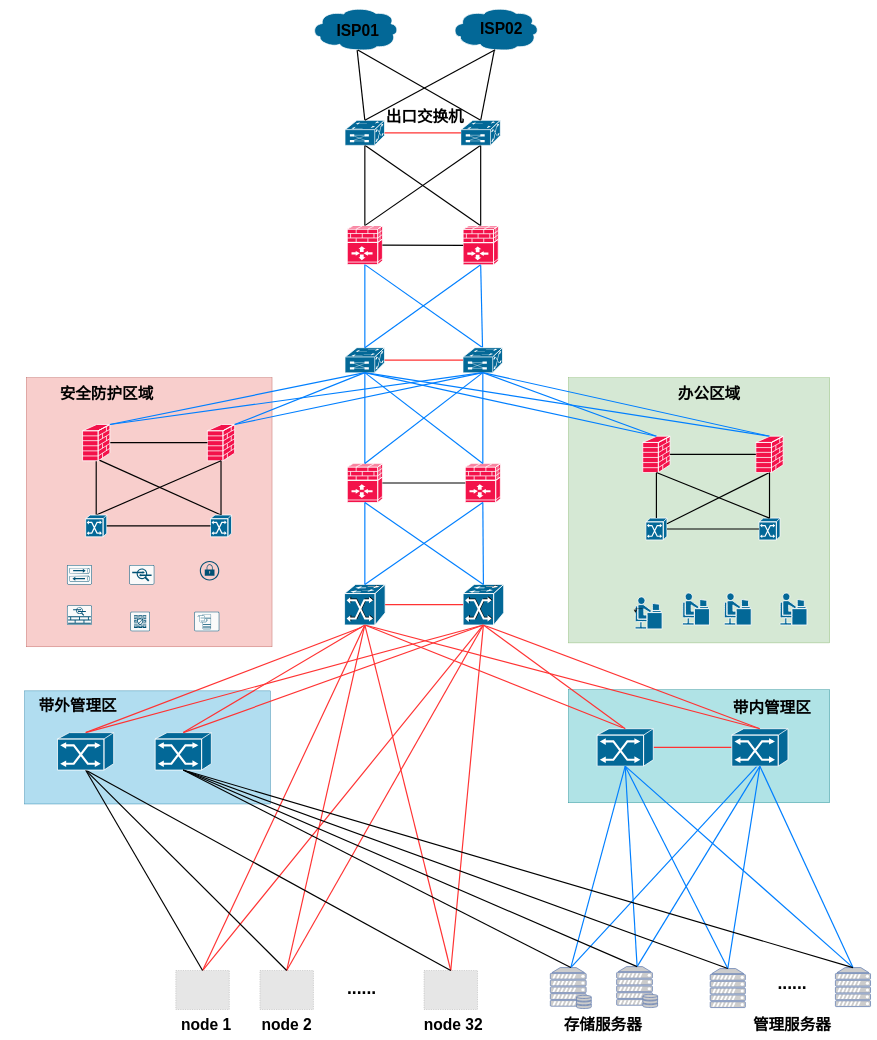
This is 数据中心组网-32nodes-整体组网.drawio from hel-2000/network-draw, a draw.io file, before an edit. Source tidied: cells renumbered, new cells numbered last; positions are measured from the earlier drawing's top-left corner, leaving out a move shared by most shapes. Both pictures are drawn from the tidied source at 39%, with x=0, y=0 at pixel (7, 7). Pictures stored in the file or linked from it are replaced by grey dashed boxes.
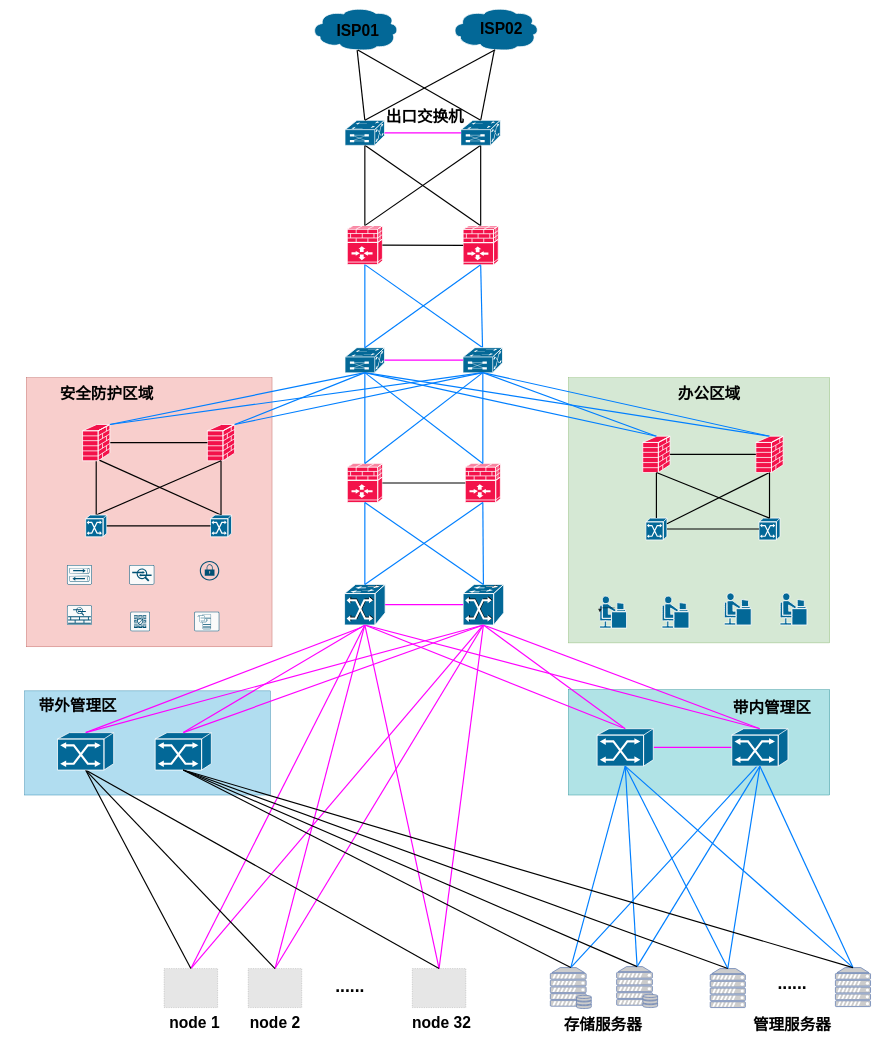
The same page after the edit.

Commit message:
更新数据中心组网-32nodes-整体组网.drawio

Unchanged cells that the change refers to:
```xml
<mxCell id="11" style="shape=mxgraph.cisco.switches.atm_fast_gigabit_etherswitch;sketch=0;html=1;dashed=0;fillColor=#036897;strokeColor=#ffffff;strokeWidth=2;verticalLabelPosition=bottom;verticalAlign=top;align=center;outlineConnect=0;" parent="1" vertex="1">
  <mxGeometry x="866" y="1480" width="104" height="104" as="geometry" />
</mxCell>
<mxCell id="21" style="shape=mxgraph.cisco.switches.atm_switch;sketch=0;html=1;dashed=0;fillColor=#036897;strokeColor=#ffffff;strokeWidth=2;verticalLabelPosition=bottom;verticalAlign=top;align=center;outlineConnect=0;" parent="1" vertex="1">
  <mxGeometry x="1513.6" y="1850" width="144" height="96" as="geometry" />
</mxCell>
<mxCell id="45" style="shape=mxgraph.cisco.switches.multiswitch_device;sketch=0;html=1;dashed=0;fillColor=#036897;strokeColor=#ffffff;strokeWidth=2;verticalLabelPosition=bottom;verticalAlign=top;align=center;outlineConnect=0;" parent="1" vertex="1">
  <mxGeometry x="867.5" y="873" width="101" height="64" as="geometry" />
</mxCell>
<mxCell id="47" style="shape=mxgraph.cisco.switches.multiswitch_device;sketch=0;html=1;dashed=0;fillColor=#036897;strokeColor=#ffffff;strokeWidth=2;verticalLabelPosition=bottom;verticalAlign=top;align=center;outlineConnect=0;" parent="1" vertex="1">
  <mxGeometry x="1170" y="873" width="101" height="64" as="geometry" />
</mxCell>
<mxCell id="59" style="shape=mxgraph.cisco.switches.atm_fast_gigabit_etherswitch;sketch=0;html=1;dashed=0;fillColor=#036897;strokeColor=#ffffff;strokeWidth=2;verticalLabelPosition=bottom;verticalAlign=top;align=center;outlineConnect=0;" parent="1" vertex="1">
  <mxGeometry x="1170" y="1480" width="104" height="104" as="geometry" />
</mxCell>
<mxCell id="60" style="shape=mxgraph.cisco.switches.atm_switch;sketch=0;html=1;dashed=0;fillColor=#036897;strokeColor=#ffffff;strokeWidth=2;verticalLabelPosition=bottom;verticalAlign=top;align=center;outlineConnect=0;" parent="1" vertex="1">
  <mxGeometry x="1858.9" y="1850" width="144" height="96" as="geometry" />
</mxCell>
<mxCell id="108" style="shape=mxgraph.cisco.switches.atm_switch;sketch=0;html=1;dashed=0;fillColor=#036897;strokeColor=#ffffff;strokeWidth=2;verticalLabelPosition=bottom;verticalAlign=top;align=center;outlineConnect=0;" parent="1" vertex="1">
  <mxGeometry x="130" y="1860" width="144" height="96" as="geometry" />
</mxCell>
<mxCell id="110" style="shape=mxgraph.cisco.switches.atm_switch;sketch=0;html=1;dashed=0;fillColor=#036897;strokeColor=#ffffff;strokeWidth=2;verticalLabelPosition=bottom;verticalAlign=top;align=center;outlineConnect=0;" parent="1" vertex="1">
  <mxGeometry x="380.4" y="1860" width="144" height="96" as="geometry" />
</mxCell>
<mxCell id="123" style="shape=mxgraph.cisco.switches.multiswitch_device;sketch=0;html=1;dashed=0;fillColor=#036897;strokeColor=#ffffff;strokeWidth=2;verticalLabelPosition=bottom;verticalAlign=top;align=center;outlineConnect=0;" parent="1" vertex="1">
  <mxGeometry x="867.5" y="290" width="101" height="64" as="geometry" />
</mxCell>
<mxCell id="125" style="shape=mxgraph.cisco.switches.multiswitch_device;sketch=0;html=1;dashed=0;fillColor=#036897;strokeColor=#ffffff;strokeWidth=2;verticalLabelPosition=bottom;verticalAlign=top;align=center;outlineConnect=0;" parent="1" vertex="1">
  <mxGeometry x="1164.5" y="290" width="101" height="64" as="geometry" />
</mxCell>
```

The edit, as a diff of the source:
```diff
@@
     <mxCell id="2" style="rounded=0;whiteSpace=wrap;html=1;fillColor=#b0e3e6;strokeColor=#0e8088;" parent="1" vertex="1">
-      <mxGeometry x="1440" y="1750" width="670" height="290" as="geometry" />
+      <mxGeometry x="1440" y="1750" width="670" height="270" as="geometry" />
     </mxCell>
     <mxCell id="3" style="rounded=0;whiteSpace=wrap;html=1;fillColor=#b1ddf0;strokeColor=#10739e;" parent="1" vertex="1">
-      <mxGeometry x="45.8" y="1753" width="630" height="290" as="geometry" />
+      <mxGeometry x="45.8" y="1753" width="630" height="267" as="geometry" />
     </mxCell>
@@
-    <mxCell id="7" style="rounded=0;jettySize=auto;html=1;exitX=0.5;exitY=1;exitDx=0;exitDy=0;exitPerimeter=0;entryX=0.5;entryY=0;entryDx=0;entryDy=0;entryPerimeter=0;endArrow=none;strokeColor=#FF3333;strokeWidth=3;endFill=0;" parent="1" edge="1" source="11" target="21">
+    <mxCell id="7" style="rounded=0;jettySize=auto;html=1;exitX=0.5;exitY=1;exitDx=0;exitDy=0;exitPerimeter=0;entryX=0.5;entryY=0;entryDx=0;entryDy=0;entryPerimeter=0;endArrow=none;strokeColor=#FF00FF;strokeWidth=3;endFill=0;" parent="1" edge="1" source="11" target="21">
       <mxGeometry relative="1" as="geometry" />
     </mxCell>
-    <mxCell id="8" style="rounded=0;jettySize=auto;html=1;exitX=0.5;exitY=1;exitDx=0;exitDy=0;exitPerimeter=0;entryX=0.5;entryY=0;entryDx=0;entryDy=0;strokeColor=#FF3333;strokeWidth=3;endArrow=none;endFill=0;" parent="1" edge="1" source="11" target="89">
+    <mxCell id="8" style="rounded=0;jettySize=auto;html=1;exitX=0.5;exitY=1;exitDx=0;exitDy=0;exitPerimeter=0;entryX=0.5;entryY=0;entryDx=0;entryDy=0;strokeColor=#FF00FF;strokeWidth=3;endArrow=none;endFill=0;" parent="1" edge="1" source="11" target="89">
       <mxGeometry relative="1" as="geometry" />
     </mxCell>
-    <mxCell id="9" style="rounded=0;jettySize=auto;html=1;exitX=0.5;exitY=1;exitDx=0;exitDy=0;exitPerimeter=0;entryX=0.5;entryY=0;entryDx=0;entryDy=0;endArrow=none;strokeColor=#FF3333;strokeWidth=3;endFill=0;" parent="1" edge="1" source="11" target="22">
+    <mxCell id="9" style="rounded=0;jettySize=auto;html=1;exitX=0.5;exitY=1;exitDx=0;exitDy=0;exitPerimeter=0;entryX=0.5;entryY=0;entryDx=0;entryDy=0;endArrow=none;strokeColor=#FF00FF;strokeWidth=3;endFill=0;" parent="1" edge="1" source="11" target="22">
       <mxGeometry relative="1" as="geometry" />
     </mxCell>
-    <mxCell id="10" style="rounded=0;jettySize=auto;html=1;exitX=0.5;exitY=1;exitDx=0;exitDy=0;exitPerimeter=0;entryX=0.5;entryY=0;entryDx=0;entryDy=0;endArrow=none;strokeColor=#FF3333;strokeWidth=3;endFill=0;" parent="1" edge="1" source="11" target="42">
+    <mxCell id="10" style="rounded=0;jettySize=auto;html=1;exitX=0.5;exitY=1;exitDx=0;exitDy=0;exitPerimeter=0;entryX=0.5;entryY=0;entryDx=0;entryDy=0;endArrow=none;strokeColor=#FF00FF;strokeWidth=3;endFill=0;" parent="1" edge="1" source="11" target="42">
       <mxGeometry relative="1" as="geometry" />
     </mxCell>
@@
-    <mxCell id="20" style="edgeStyle=orthogonalEdgeStyle;rounded=0;jettySize=auto;html=1;exitX=1;exitY=0.5;exitDx=0;exitDy=0;exitPerimeter=0;endArrow=none;strokeColor=#FF3333;strokeWidth=3;endFill=0;" parent="1" edge="1" source="21" target="60">
+    <mxCell id="20" style="edgeStyle=orthogonalEdgeStyle;rounded=0;jettySize=auto;html=1;exitX=1;exitY=0.5;exitDx=0;exitDy=0;exitPerimeter=0;endArrow=none;strokeColor=#FF00FF;strokeWidth=3;endFill=0;" parent="1" edge="1" source="21" target="60">
       <mxGeometry relative="1" as="geometry" />
     </mxCell>
@@
     <mxCell id="22" style="fillColor=#E6E6E6;strokeColor=#999999;dashed=1;verticalLabelPosition=bottom;verticalAlign=top;" parent="1" vertex="1">
-      <mxGeometry x="649" y="2470" width="137.2" height="100" as="geometry" />
+      <mxGeometry x="619" y="2465" width="137.2" height="100" as="geometry" />
     </mxCell>
@@
     <mxCell id="28" style="shape=mxgraph.cisco.people.androgenous_person;sketch=0;html=1;dashed=0;fillColor=#036897;strokeColor=#ffffff;strokeWidth=2;verticalLabelPosition=bottom;verticalAlign=top;align=center;" parent="1" vertex="1">
-      <mxGeometry x="1732.6" y="1502" width="69" height="82" as="geometry" />
+      <mxGeometry x="1680" y="1510" width="69" height="82" as="geometry" />
     </mxCell>
@@
     <mxCell id="42" style="fillColor=#E6E6E6;strokeColor=#999999;dashed=1;verticalLabelPosition=bottom;verticalAlign=top;" parent="1" vertex="1">
-      <mxGeometry x="1069.7" y="2470" width="137.2" height="100" as="geometry" />
+      <mxGeometry x="1039.7" y="2465" width="137.2" height="100" as="geometry" />
     </mxCell>
@@
-    <mxCell id="55" style="rounded=0;jettySize=auto;html=1;exitX=0.5;exitY=1;exitDx=0;exitDy=0;exitPerimeter=0;entryX=0.5;entryY=0;entryDx=0;entryDy=0;entryPerimeter=0;endArrow=none;strokeColor=#FF3333;strokeWidth=3;endFill=0;" parent="1" edge="1" source="59" target="60">
+    <mxCell id="55" style="rounded=0;jettySize=auto;html=1;exitX=0.5;exitY=1;exitDx=0;exitDy=0;exitPerimeter=0;entryX=0.5;entryY=0;entryDx=0;entryDy=0;entryPerimeter=0;endArrow=none;strokeColor=#FF00FF;strokeWidth=3;endFill=0;" parent="1" edge="1" source="59" target="60">
       <mxGeometry relative="1" as="geometry" />
     </mxCell>
-    <mxCell id="56" style="rounded=0;jettySize=auto;html=1;exitX=0.5;exitY=1;exitDx=0;exitDy=0;exitPerimeter=0;entryX=0.5;entryY=0;entryDx=0;entryDy=0;endArrow=none;strokeColor=#FF3333;strokeWidth=3;endFill=0;" parent="1" edge="1" source="59" target="89">
+    <mxCell id="56" style="rounded=0;jettySize=auto;html=1;exitX=0.5;exitY=1;exitDx=0;exitDy=0;exitPerimeter=0;entryX=0.5;entryY=0;entryDx=0;entryDy=0;endArrow=none;strokeColor=#FF00FF;strokeWidth=3;endFill=0;" parent="1" edge="1" source="59" target="89">
       <mxGeometry relative="1" as="geometry" />
     </mxCell>
-    <mxCell id="57" style="rounded=0;jettySize=auto;html=1;exitX=0.5;exitY=1;exitDx=0;exitDy=0;exitPerimeter=0;entryX=0.5;entryY=0;entryDx=0;entryDy=0;endArrow=none;strokeColor=#FF3333;strokeWidth=3;endFill=0;" parent="1" edge="1" source="59" target="22">
+    <mxCell id="57" style="rounded=0;jettySize=auto;html=1;exitX=0.5;exitY=1;exitDx=0;exitDy=0;exitPerimeter=0;entryX=0.5;entryY=0;entryDx=0;entryDy=0;endArrow=none;strokeColor=#FF00FF;strokeWidth=3;endFill=0;" parent="1" edge="1" source="59" target="22">
       <mxGeometry relative="1" as="geometry" />
     </mxCell>
-    <mxCell id="58" style="rounded=0;jettySize=auto;html=1;exitX=0.5;exitY=1;exitDx=0;exitDy=0;exitPerimeter=0;entryX=0.5;entryY=0;entryDx=0;entryDy=0;endArrow=none;strokeColor=#FF3333;strokeWidth=3;endFill=0;" parent="1" edge="1" source="59" target="42">
+    <mxCell id="58" style="rounded=0;jettySize=auto;html=1;exitX=0.5;exitY=1;exitDx=0;exitDy=0;exitPerimeter=0;entryX=0.5;entryY=0;entryDx=0;entryDy=0;endArrow=none;strokeColor=#FF00FF;strokeWidth=3;endFill=0;" parent="1" edge="1" source="59" target="42">
       <mxGeometry relative="1" as="geometry" />
     </mxCell>
@@
-    <mxCell id="64" style="rounded=0;jettySize=auto;html=1;exitX=1;exitY=0.5;exitDx=0;exitDy=0;exitPerimeter=0;entryX=0;entryY=0.5;entryDx=0;entryDy=0;entryPerimeter=0;endArrow=none;strokeColor=#FF3333;strokeWidth=3;endFill=0;" parent="1" edge="1" source="45" target="47">
+    <mxCell id="64" style="rounded=0;jettySize=auto;html=1;exitX=1;exitY=0.5;exitDx=0;exitDy=0;exitPerimeter=0;entryX=0;entryY=0.5;entryDx=0;entryDy=0;entryPerimeter=0;endArrow=none;strokeColor=#FF00FF;strokeWidth=3;endFill=0;" parent="1" edge="1" source="45" target="47">
       <mxGeometry relative="1" as="geometry" />
     </mxCell>
@@
-    <mxCell id="75" style="rounded=0;jettySize=auto;html=1;exitX=1;exitY=0.5;exitDx=0;exitDy=0;exitPerimeter=0;entryX=0;entryY=0.5;entryDx=0;entryDy=0;entryPerimeter=0;endArrow=none;strokeColor=#FF3333;strokeWidth=3;endFill=0;" parent="1" edge="1" source="11" target="59">
+    <mxCell id="75" style="rounded=0;jettySize=auto;html=1;exitX=1;exitY=0.5;exitDx=0;exitDy=0;exitPerimeter=0;entryX=0;entryY=0.5;entryDx=0;entryDy=0;entryPerimeter=0;endArrow=none;strokeColor=#FF00FF;strokeWidth=3;endFill=0;" parent="1" edge="1" source="11" target="59">
       <mxGeometry relative="1" as="geometry" />
     </mxCell>
@@
     <mxCell id="89" style="fillColor=#E6E6E6;strokeColor=#999999;dashed=1;verticalLabelPosition=bottom;verticalAlign=top;" parent="1" vertex="1">
-      <mxGeometry x="433.3" y="2470" width="137.2" height="100" as="geometry" />
+      <mxGeometry x="403.3" y="2465" width="137.2" height="100" as="geometry" />
     </mxCell>
     <mxCell id="90" value="&lt;font size=&quot;1&quot; style=&quot;&quot;&gt;&lt;b style=&quot;font-size: 40px;&quot;&gt;node 1&lt;/b&gt;&lt;/font&gt;" style="text;strokeColor=none;align=center;fillColor=none;html=1;verticalAlign=middle;whiteSpace=wrap;rounded=0;" parent="1" vertex="1">
-      <mxGeometry x="430" y="2587.5" width="163.3" height="40" as="geometry" />
+      <mxGeometry x="400" y="2582.5" width="163.3" height="40" as="geometry" />
     </mxCell>
     <mxCell id="91" value="&lt;font size=&quot;1&quot; style=&quot;&quot;&gt;&lt;b style=&quot;font-size: 40px;&quot;&gt;node 2&lt;/b&gt;&lt;/font&gt;" style="text;strokeColor=none;align=center;fillColor=none;html=1;verticalAlign=middle;whiteSpace=wrap;rounded=0;" parent="1" vertex="1">
-      <mxGeometry x="633.9" y="2587.5" width="167.5" height="40" as="geometry" />
+      <mxGeometry x="603.9" y="2582.5" width="167.5" height="40" as="geometry" />
     </mxCell>
     <mxCell id="92" value="&lt;font size=&quot;1&quot; style=&quot;&quot;&gt;&lt;b style=&quot;font-size: 40px;&quot;&gt;node 32&lt;/b&gt;&lt;/font&gt;" style="text;strokeColor=none;align=center;fillColor=none;html=1;verticalAlign=middle;whiteSpace=wrap;rounded=0;" parent="1" vertex="1">
-      <mxGeometry x="1056.9" y="2587.5" width="176.4" height="40" as="geometry" />
+      <mxGeometry x="1026.9" y="2582.5" width="176.4" height="40" as="geometry" />
     </mxCell>
@@
-    <mxCell id="96" style="rounded=0;jettySize=auto;html=1;exitX=0.5;exitY=1;exitDx=0;exitDy=0;exitPerimeter=0;entryX=0.5;entryY=0;entryDx=0;entryDy=0;entryPerimeter=0;endArrow=none;strokeColor=#FF3333;strokeWidth=3;endFill=0;" parent="1" edge="1" source="11" target="60">
+    <mxCell id="96" style="rounded=0;jettySize=auto;html=1;exitX=0.5;exitY=1;exitDx=0;exitDy=0;exitPerimeter=0;entryX=0.5;entryY=0;entryDx=0;entryDy=0;entryPerimeter=0;endArrow=none;strokeColor=#FF00FF;strokeWidth=3;endFill=0;" parent="1" edge="1" source="11" target="60">
       <mxGeometry relative="1" as="geometry" />
     </mxCell>
-    <mxCell id="97" style="rounded=0;jettySize=auto;html=1;exitX=0.5;exitY=1;exitDx=0;exitDy=0;exitPerimeter=0;entryX=0.5;entryY=0;entryDx=0;entryDy=0;entryPerimeter=0;endArrow=none;strokeColor=#FF3333;strokeWidth=3;endFill=0;" parent="1" edge="1" source="59" target="21">
+    <mxCell id="97" style="rounded=0;jettySize=auto;html=1;exitX=0.5;exitY=1;exitDx=0;exitDy=0;exitPerimeter=0;entryX=0.5;entryY=0;entryDx=0;entryDy=0;entryPerimeter=0;endArrow=none;strokeColor=#FF00FF;strokeWidth=3;endFill=0;" parent="1" edge="1" source="59" target="21">
       <mxGeometry relative="1" as="geometry" />
     </mxCell>
@@
-    <mxCell id="104" style="rounded=0;jettySize=auto;html=1;exitX=0.5;exitY=0;exitDx=0;exitDy=0;exitPerimeter=0;endArrow=none;strokeColor=#FF3333;strokeWidth=3;endFill=0;" parent="1" edge="1" source="108">
+    <mxCell id="104" style="rounded=0;jettySize=auto;html=1;exitX=0.5;exitY=0;exitDx=0;exitDy=0;exitPerimeter=0;endArrow=none;strokeColor=#FF00FF;strokeWidth=3;endFill=0;" parent="1" edge="1" source="108">
       <mxGeometry relative="1" as="geometry">
         <mxPoint x="910" y="1590" as="targetPoint" />
       </mxGeometry>
     </mxCell>
@@
-    <mxCell id="111" style="rounded=0;jettySize=auto;html=1;exitX=0.5;exitY=0;exitDx=0;exitDy=0;exitPerimeter=0;entryX=0.5;entryY=1;entryDx=0;entryDy=0;entryPerimeter=0;endArrow=none;strokeColor=#FF3333;strokeWidth=3;endFill=0;" parent="1" edge="1" source="108" target="59">
+    <mxCell id="111" style="rounded=0;jettySize=auto;html=1;exitX=0.5;exitY=0;exitDx=0;exitDy=0;exitPerimeter=0;entryX=0.5;entryY=1;entryDx=0;entryDy=0;entryPerimeter=0;endArrow=none;strokeColor=#FF00FF;strokeWidth=3;endFill=0;" parent="1" edge="1" source="108" target="59">
       <mxGeometry relative="1" as="geometry" />
     </mxCell>
-    <mxCell id="112" style="rounded=0;jettySize=auto;html=1;exitX=0.5;exitY=0;exitDx=0;exitDy=0;exitPerimeter=0;entryX=0.5;entryY=1;entryDx=0;entryDy=0;entryPerimeter=0;endArrow=none;strokeColor=#FF3333;strokeWidth=3;endFill=0;" parent="1" edge="1" source="110" target="11">
+    <mxCell id="112" style="rounded=0;jettySize=auto;html=1;exitX=0.5;exitY=0;exitDx=0;exitDy=0;exitPerimeter=0;entryX=0.5;entryY=1;entryDx=0;entryDy=0;entryPerimeter=0;endArrow=none;strokeColor=#FF00FF;strokeWidth=3;endFill=0;" parent="1" edge="1" source="110" target="11">
       <mxGeometry relative="1" as="geometry" />
     </mxCell>
-    <mxCell id="113" style="rounded=0;jettySize=auto;html=1;exitX=0.5;exitY=0;exitDx=0;exitDy=0;exitPerimeter=0;entryX=0.5;entryY=1;entryDx=0;entryDy=0;entryPerimeter=0;endArrow=none;strokeColor=#FF3333;strokeWidth=3;endFill=0;" parent="1" edge="1" source="110" target="59">
+    <mxCell id="113" style="rounded=0;jettySize=auto;html=1;exitX=0.5;exitY=0;exitDx=0;exitDy=0;exitPerimeter=0;entryX=0.5;entryY=1;entryDx=0;entryDy=0;entryPerimeter=0;endArrow=none;strokeColor=#FF00FF;strokeWidth=3;endFill=0;" parent="1" edge="1" source="110" target="59">
       <mxGeometry relative="1" as="geometry" />
     </mxCell>
@@
     <mxCell id="131" style="shape=mxgraph.cisco.people.androgenous_person;sketch=0;html=1;dashed=0;fillColor=#036897;strokeColor=#ffffff;strokeWidth=2;verticalLabelPosition=bottom;verticalAlign=top;align=center;outlineConnect=0;" parent="1" vertex="1">
-      <mxGeometry x="1611.1" y="1512" width="69" height="82" as="geometry" />
+      <mxGeometry x="1520" y="1510" width="69" height="82" as="geometry" />
     </mxCell>
-    <mxCell id="132" style="rounded=0;jettySize=auto;html=1;exitX=1;exitY=0.5;exitDx=0;exitDy=0;exitPerimeter=0;entryX=0;entryY=0.5;entryDx=0;entryDy=0;entryPerimeter=0;endArrow=none;strokeColor=#FF3333;strokeWidth=3;endFill=0;" parent="1" edge="1" source="123" target="125">
+    <mxCell id="132" style="rounded=0;jettySize=auto;html=1;exitX=1;exitY=0.5;exitDx=0;exitDy=0;exitPerimeter=0;entryX=0;entryY=0.5;entryDx=0;entryDy=0;entryPerimeter=0;endArrow=none;strokeColor=#FF00FF;strokeWidth=3;endFill=0;" parent="1" edge="1" source="123" target="125">
       <mxGeometry relative="1" as="geometry" />
     </mxCell>
@@
     <mxCell id="135" value="&lt;font size=&quot;1&quot; style=&quot;&quot;&gt;&lt;b style=&quot;font-size: 45px;&quot;&gt;...&lt;/b&gt;&lt;/font&gt;&lt;b style=&quot;border-color: var(--border-color); font-size: 45px;&quot;&gt;...&lt;/b&gt;" style="text;strokeColor=none;align=center;fillColor=none;html=1;verticalAlign=middle;whiteSpace=wrap;rounded=0;" parent="1" vertex="1">
-      <mxGeometry x="850" y="2500" width="120" height="30" as="geometry" />
+      <mxGeometry x="820" y="2495" width="120" height="30" as="geometry" />
     </mxCell>
     <mxCell id="136" style="edgeStyle=orthogonalEdgeStyle;rounded=0;jettySize=auto;html=1;entryX=0.01;entryY=0.5;entryDx=0;entryDy=0;entryPerimeter=0;" parent="1" edge="1" target="131">
       <mxGeometry relative="1" as="geometry">
-        <mxPoint x="1630" y="1542" as="sourcePoint" />
+        <mxPoint x="1558.9" y="1540" as="sourcePoint" />
       </mxGeometry>
     </mxCell>
```
